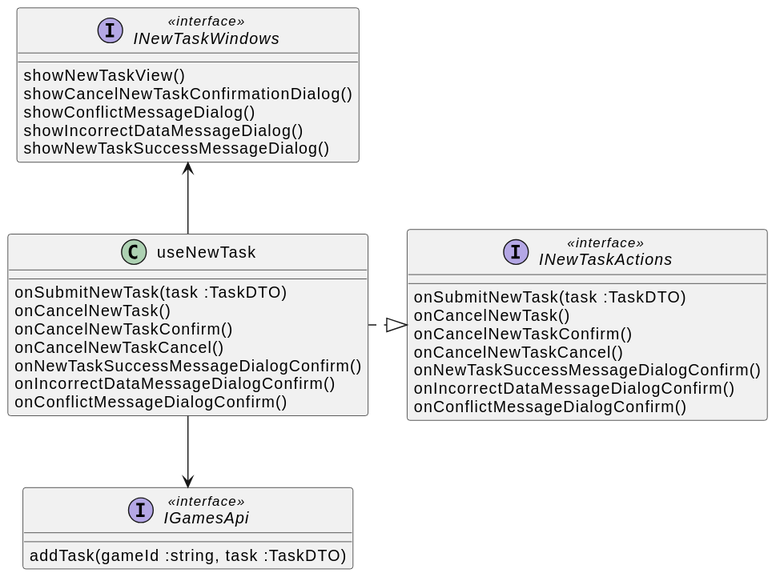
Earlier version of the PlantUML export diagrams/frontend/rendered/new-task-presenter.svg (Igor-Ochocki/POP-2026Z).
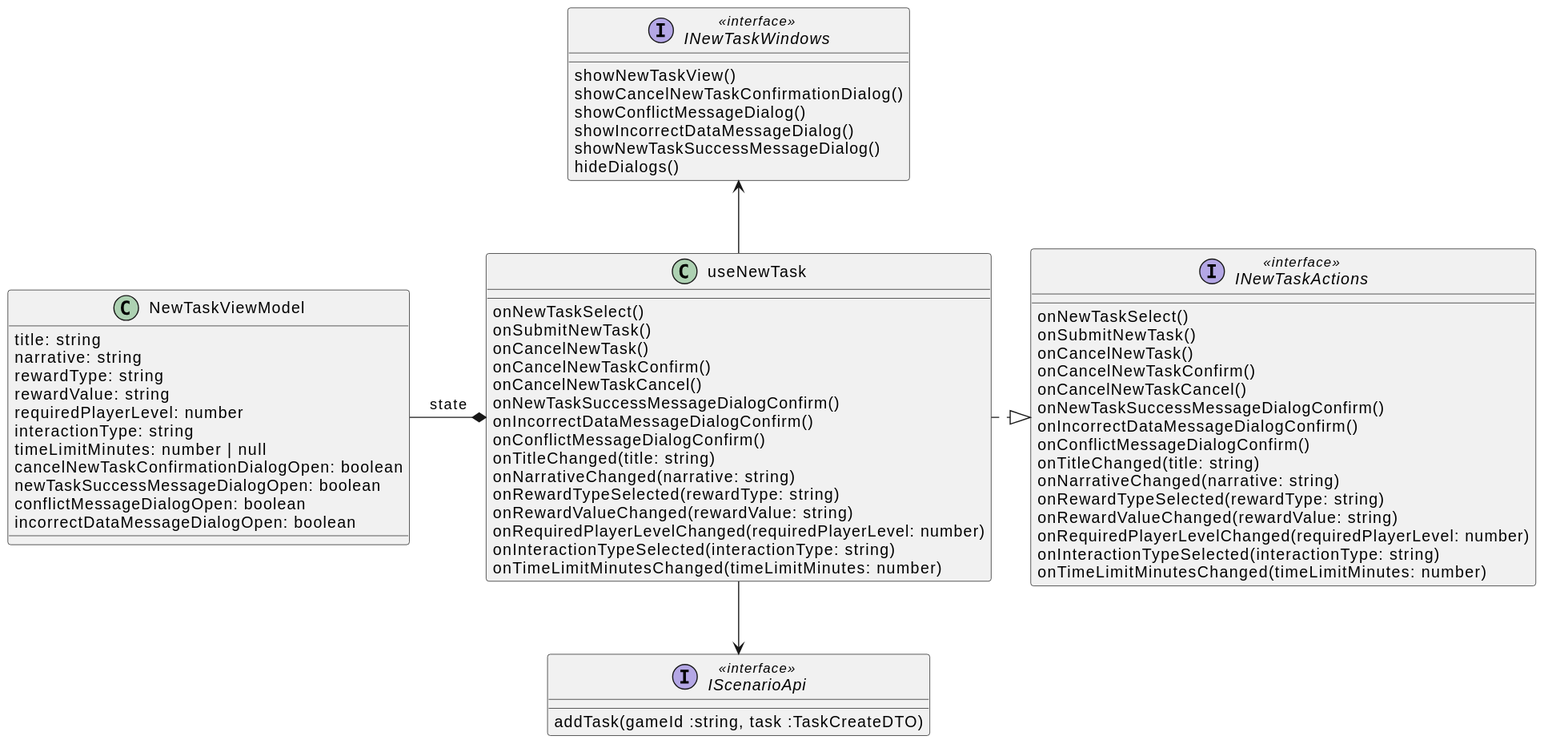
Above is the later version.

Commit message:
react is silly fix diagrams

The edit, as a diff of the source:
```diff
@@ -1,31 +1,47 @@
 @startuml
 class useNewTask {
-    onSubmitNewTask(task :TaskDTO)
+    onNewTaskSelect()
+    onSubmitNewTask()
     onCancelNewTask()
     onCancelNewTaskConfirm()
     onCancelNewTaskCancel()
     onNewTaskSuccessMessageDialogConfirm()
     onIncorrectDataMessageDialogConfirm()
     onConflictMessageDialogConfirm()
+    onTitleChanged(title: string)
+    onNarrativeChanged(narrative: string)
+    onRewardTypeSelected(rewardType: string)
+    onRewardValueChanged(rewardValue: string)
+    onRequiredPlayerLevelChanged(requiredPlayerLevel: number)
+    onInteractionTypeSelected(interactionType: string)
+    onTimeLimitMinutesChanged(timeLimitMinutes: number)
 }
 
 interface INewTaskActions <<interface>> {
-    onSubmitNewTask(task :TaskDTO)
+    onNewTaskSelect()
+    onSubmitNewTask()
     onCancelNewTask()
     onCancelNewTaskConfirm()
     onCancelNewTaskCancel()
     onNewTaskSuccessMessageDialogConfirm()
     onIncorrectDataMessageDialogConfirm()
     onConflictMessageDialogConfirm()
+    onTitleChanged(title: string)
+    onNarrativeChanged(narrative: string)
+    onRewardTypeSelected(rewardType: string)
+    onRewardValueChanged(rewardValue: string)
+    onRequiredPlayerLevelChanged(requiredPlayerLevel: number)
+    onInteractionTypeSelected(interactionType: string)
+    onTimeLimitMinutesChanged(timeLimitMinutes: number)
 }
 
 useNewTask .|> INewTaskActions
 
-useNewTask --> IGamesApi
+useNewTask --> IScenarioApi
 useNewTask -u-> INewTaskWindows
 
-interface IGamesApi <<interface>> {
-    addTask(gameId :string, task :TaskDTO)
+interface IScenarioApi <<interface>> {
+    addTask(gameId :string, task :TaskCreateDTO)
 }
 
 interface INewTaskWindows <<interface>> {
@@ -34,5 +50,22 @@
     showConflictMessageDialog()
     showIncorrectDataMessageDialog()
     showNewTaskSuccessMessageDialog()
+    hideDialogs()
 }
+
+class NewTaskViewModel {
+    title: string
+    narrative: string
+    rewardType: string
+    rewardValue: string
+    requiredPlayerLevel: number
+    interactionType: string
+    timeLimitMinutes: number | null
+    cancelNewTaskConfirmationDialogOpen: boolean
+    newTaskSuccessMessageDialogOpen: boolean
+    conflictMessageDialogOpen: boolean
+    incorrectDataMessageDialogOpen: boolean
+}
+
+useNewTask *-l- NewTaskViewModel :state
 @enduml
```
